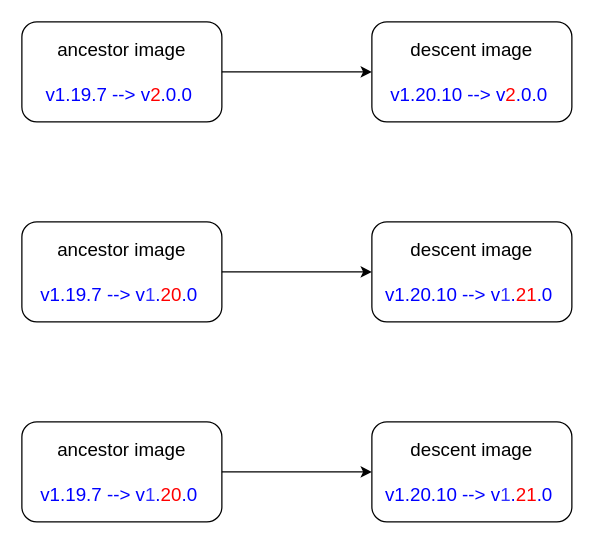
The draw.io diagram packon-version-update.drawio in YanshanSong/draw.io, before the edit. Source tidied: cells renumbered, new cells numbered last; positions are measured from the earlier drawing's top-left corner, leaving out a move shared by most shapes. Both pictures are drawn from the tidied source at 125%, with x=0, y=0 at pixel (21, 21).
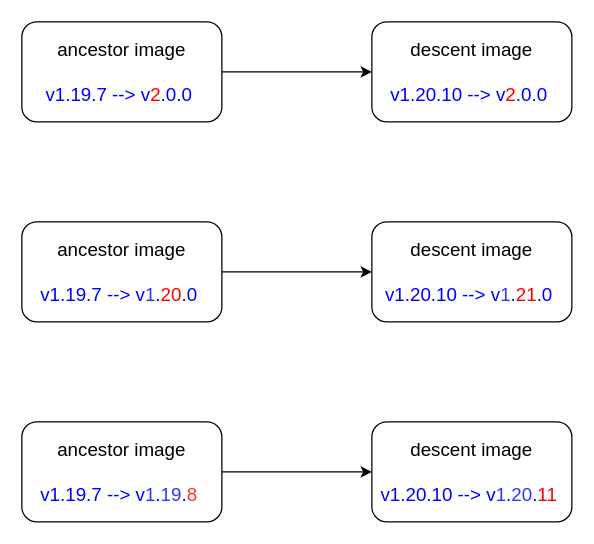
The same page after the edit.

Change to the diagram source:
```diff
@@
 <mxGraphModel>
   <root>
     <mxCell id="0" />
     <mxCell id="1" parent="0" />
     <mxCell id="2" style="group;" parent="1" vertex="1">
       <mxGeometry width="440" height="80" as="geometry" />
     </mxCell>
     <mxCell id="3" value="&lt;font style=&quot;font-size: 15px;&quot;&gt;ancestor image&lt;br&gt;&lt;br&gt;&lt;font color=&quot;#0000ff&quot;&gt;v1.19.7 --&amp;gt; v&lt;/font&gt;&lt;font color=&quot;#ff0000&quot;&gt;2&lt;/font&gt;&lt;font color=&quot;#0000ff&quot;&gt;.0.0&lt;/font&gt;&amp;nbsp;&lt;br&gt;&lt;/font&gt;" style="rounded=1;whiteSpace=wrap;html=1;" parent="2" vertex="1">
       <mxGeometry width="160" height="80" as="geometry" />
     </mxCell>
     <mxCell id="4" value="&lt;font style=&quot;font-size: 15px;&quot;&gt;descent image&lt;br&gt;&lt;br&gt;&lt;font color=&quot;#0000ff&quot;&gt;v1.20.10 --&amp;gt; v&lt;/font&gt;&lt;font color=&quot;#ff0000&quot;&gt;2&lt;/font&gt;&lt;font color=&quot;#0000ff&quot;&gt;.0.0&lt;/font&gt;&amp;nbsp;&lt;br&gt;&lt;/font&gt;" style="rounded=1;whiteSpace=wrap;html=1;" parent="2" vertex="1">
       <mxGeometry x="280" width="160" height="80" as="geometry" />
     </mxCell>
     <mxCell id="5" style="endArrow=classic;html=1;rounded=0;exitX=1;exitY=0.5;exitDx=0;exitDy=0;entryX=0;entryY=0.5;entryDx=0;entryDy=0;" parent="2" edge="1" source="3" target="4">
       <mxGeometry relative="1" as="geometry" />
     </mxCell>
     <mxCell id="6" style="group;" parent="1" vertex="1">
       <mxGeometry y="320" width="440" height="80" as="geometry" />
     </mxCell>
-    <mxCell id="7" value="&lt;font style=&quot;font-size: 15px;&quot;&gt;ancestor image&lt;br&gt;&lt;br&gt;&lt;font color=&quot;#0000ff&quot;&gt;v1.19.7 --&amp;gt; v&lt;/font&gt;&lt;font color=&quot;#3333ff&quot;&gt;1&lt;/font&gt;&lt;font color=&quot;#0000ff&quot;&gt;.&lt;/font&gt;&lt;font color=&quot;#ff0000&quot;&gt;20&lt;/font&gt;&lt;font color=&quot;#0000ff&quot;&gt;.0&lt;/font&gt;&amp;nbsp;&lt;br&gt;&lt;/font&gt;" style="rounded=1;whiteSpace=wrap;html=1;" parent="6" vertex="1">
+    <mxCell id="7" value="&lt;font style=&quot;font-size: 15px;&quot;&gt;ancestor image&lt;br&gt;&lt;br&gt;&lt;font color=&quot;#0000ff&quot;&gt;v1.19.7 --&amp;gt; v&lt;/font&gt;&lt;font color=&quot;#3333ff&quot;&gt;1&lt;/font&gt;&lt;font color=&quot;#0000ff&quot;&gt;.&lt;/font&gt;&lt;font color=&quot;#3333ff&quot;&gt;19&lt;/font&gt;&lt;font color=&quot;#0000ff&quot;&gt;.&lt;/font&gt;&lt;font color=&quot;#ff3333&quot;&gt;8&lt;/font&gt;&amp;nbsp;&lt;br&gt;&lt;/font&gt;" style="rounded=1;whiteSpace=wrap;html=1;" parent="6" vertex="1">
       <mxGeometry width="160" height="80" as="geometry" />
     </mxCell>
-    <mxCell id="8" value="&lt;font style=&quot;font-size: 15px;&quot;&gt;descent image&lt;br&gt;&lt;br&gt;&lt;font color=&quot;#0000ff&quot;&gt;v1.20.10 --&amp;gt; v&lt;/font&gt;&lt;font color=&quot;#3333ff&quot;&gt;1&lt;/font&gt;&lt;font color=&quot;#0000ff&quot;&gt;.&lt;/font&gt;&lt;font color=&quot;#ff0000&quot;&gt;21&lt;/font&gt;&lt;font color=&quot;#0000ff&quot;&gt;.0&lt;/font&gt;&amp;nbsp;&lt;br&gt;&lt;/font&gt;" style="rounded=1;whiteSpace=wrap;html=1;" parent="6" vertex="1">
+    <mxCell id="8" value="&lt;font style=&quot;font-size: 15px;&quot;&gt;descent image&lt;br&gt;&lt;br&gt;&lt;font color=&quot;#0000ff&quot;&gt;v1.20.10 --&amp;gt; v&lt;/font&gt;&lt;font color=&quot;#3333ff&quot;&gt;1&lt;/font&gt;&lt;font color=&quot;#0000ff&quot;&gt;.&lt;/font&gt;&lt;font color=&quot;#3333ff&quot;&gt;20&lt;/font&gt;&lt;font color=&quot;#0000ff&quot;&gt;.&lt;/font&gt;&lt;font color=&quot;#ff0000&quot;&gt;11&lt;/font&gt;&amp;nbsp;&lt;br&gt;&lt;/font&gt;" style="rounded=1;whiteSpace=wrap;html=1;" parent="6" vertex="1">
       <mxGeometry x="280" width="160" height="80" as="geometry" />
     </mxCell>
     <mxCell id="9" style="endArrow=classic;html=1;rounded=0;exitX=1;exitY=0.5;exitDx=0;exitDy=0;entryX=0;entryY=0.5;entryDx=0;entryDy=0;" parent="6" edge="1" source="7" target="8">
       <mxGeometry relative="1" as="geometry" />
     </mxCell>
     <mxCell id="10" style="group;" parent="1" vertex="1">
       <mxGeometry y="160" width="440" height="80" as="geometry" />
     </mxCell>
     <mxCell id="11" value="&lt;font style=&quot;font-size: 15px;&quot;&gt;ancestor image&lt;br&gt;&lt;br&gt;&lt;font color=&quot;#0000ff&quot;&gt;v1.19.7 --&amp;gt; v&lt;/font&gt;&lt;font color=&quot;#3333ff&quot;&gt;1&lt;/font&gt;&lt;font color=&quot;#0000ff&quot;&gt;.&lt;/font&gt;&lt;font color=&quot;#ff0000&quot;&gt;20&lt;/font&gt;&lt;font color=&quot;#0000ff&quot;&gt;.0&lt;/font&gt;&amp;nbsp;&lt;br&gt;&lt;/font&gt;" style="rounded=1;whiteSpace=wrap;html=1;" parent="10" vertex="1">
       <mxGeometry width="160" height="80" as="geometry" />
     </mxCell>
     <mxCell id="12" value="&lt;font style=&quot;font-size: 15px;&quot;&gt;descent image&lt;br&gt;&lt;br&gt;&lt;font color=&quot;#0000ff&quot;&gt;v1.20.10 --&amp;gt; v&lt;/font&gt;&lt;font color=&quot;#3333ff&quot;&gt;1&lt;/font&gt;&lt;font color=&quot;#0000ff&quot;&gt;.&lt;/font&gt;&lt;font color=&quot;#ff0000&quot;&gt;21&lt;/font&gt;&lt;font color=&quot;#0000ff&quot;&gt;.0&lt;/font&gt;&amp;nbsp;&lt;br&gt;&lt;/font&gt;" style="rounded=1;whiteSpace=wrap;html=1;" parent="10" vertex="1">
       <mxGeometry x="280" width="160" height="80" as="geometry" />
     </mxCell>
     <mxCell id="13" style="endArrow=classic;html=1;rounded=0;exitX=1;exitY=0.5;exitDx=0;exitDy=0;entryX=0;entryY=0.5;entryDx=0;entryDy=0;" parent="10" edge="1" source="11" target="12">
       <mxGeometry relative="1" as="geometry" />
     </mxCell>
   </root>
 </mxGraphModel>
```
